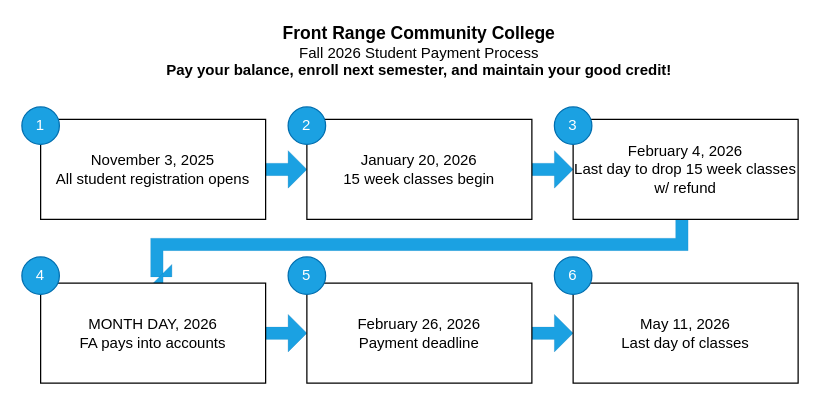
Above: Diagrams/FRCC Student Payment Process.drawio in JoshuaKosakowsky/FRCC_jk (draw.io), before the change. Source tidied: cells renumbered, new cells numbered last; positions are measured from the earlier drawing's top-left corner, leaving out a move shared by most shapes. Both pictures are drawn from the tidied source at 125%, with x=0, y=0 at pixel (21, 31).
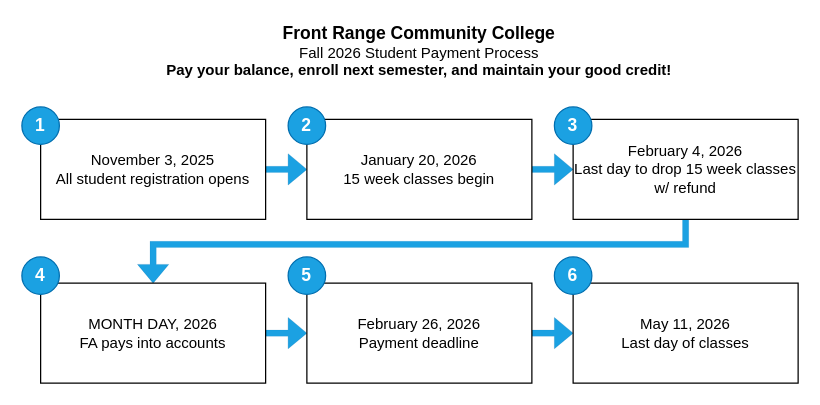
Above is the later version.

Unchanged cells that the change refers to:
```xml
<mxCell id="4" value="November 3, 2025&lt;div&gt;All student registration opens&lt;/div&gt;" style="rounded=0;whiteSpace=wrap;html=1;" parent="1" vertex="1">
  <mxGeometry x="15" y="70" width="180" height="80" as="geometry" />
</mxCell>
<mxCell id="6" value="January 20, 2026&lt;div&gt;15 week classes begin&lt;/div&gt;" style="rounded=0;whiteSpace=wrap;html=1;" parent="1" vertex="1">
  <mxGeometry x="228" y="70" width="180" height="80" as="geometry" />
</mxCell>
<mxCell id="8" value="February 4, 2026&lt;div&gt;Last day to drop 15 week classes w/ refund&lt;/div&gt;" style="rounded=0;whiteSpace=wrap;html=1;" parent="1" vertex="1">
  <mxGeometry x="441" y="70" width="180" height="80" as="geometry" />
</mxCell>
<mxCell id="10" value="MONTH DAY, 2026&lt;div&gt;FA pays into accounts&lt;/div&gt;" style="rounded=0;whiteSpace=wrap;html=1;" parent="1" vertex="1">
  <mxGeometry x="15" y="201" width="180" height="80" as="geometry" />
</mxCell>
<mxCell id="12" value="February 26, 2026&lt;div&gt;Payment deadline&lt;/div&gt;" style="rounded=0;whiteSpace=wrap;html=1;" parent="1" vertex="1">
  <mxGeometry x="228" y="201" width="180" height="80" as="geometry" />
</mxCell>
<mxCell id="13" value="&lt;div&gt;May 11, 2026&lt;/div&gt;&lt;div&gt;Last day of classes&lt;/div&gt;" style="rounded=0;whiteSpace=wrap;html=1;" parent="1" vertex="1">
  <mxGeometry x="441" y="201" width="180" height="80" as="geometry" />
</mxCell>
```

Change to the diagram source:
```diff
@@
-    <mxCell id="3" style="edgeStyle=orthogonalEdgeStyle;rounded=0;jettySize=auto;html=1;entryX=0;entryY=0.5;entryDx=0;entryDy=0;fillColor=#1ba1e2;strokeColor=#006EAF;strokeWidth=0;shape=flexArrow;sourcePerimeterSpacing=0;targetPerimeterSpacing=1;startArrow=none;startFill=0;endArrow=block;endFill=0;endSize=5;startSize=5;" parent="1" edge="1" source="4" target="6">
+    <mxCell id="3" style="edgeStyle=orthogonalEdgeStyle;rounded=0;jettySize=auto;html=1;entryX=0;entryY=0.5;entryDx=0;entryDy=0;fillColor=#1ba1e2;strokeColor=#006EAF;strokeWidth=0;shape=flexArrow;sourcePerimeterSpacing=0;targetPerimeterSpacing=1;startArrow=none;startFill=0;endArrow=block;endFill=0;endSize=5;startSize=5;width=5;" parent="1" edge="1" source="4" target="6">
       <mxGeometry relative="1" as="geometry" />
     </mxCell>
@@
-    <mxCell id="5" style="edgeStyle=orthogonalEdgeStyle;shape=flexArrow;rounded=0;jettySize=auto;html=1;entryX=0;entryY=0.5;entryDx=0;entryDy=0;strokeColor=#006EAF;strokeWidth=0;align=center;verticalAlign=middle;fontFamily=Helvetica;fontSize=11;fontColor=default;labelBackgroundColor=default;startArrow=none;startFill=0;startSize=5;endArrow=block;endFill=0;endSize=5;sourcePerimeterSpacing=0;targetPerimeterSpacing=1;fillColor=#1ba1e2;" parent="1" edge="1" source="6" target="8">
+    <mxCell id="5" style="edgeStyle=orthogonalEdgeStyle;shape=flexArrow;rounded=0;jettySize=auto;html=1;entryX=0;entryY=0.5;entryDx=0;entryDy=0;strokeColor=#006EAF;strokeWidth=0;align=center;verticalAlign=middle;fontFamily=Helvetica;fontSize=11;fontColor=default;labelBackgroundColor=default;startArrow=none;startFill=0;startSize=5;endArrow=block;endFill=0;endSize=5;sourcePerimeterSpacing=0;targetPerimeterSpacing=1;fillColor=#1ba1e2;width=5;" parent="1" edge="1" source="6" target="8">
       <mxGeometry relative="1" as="geometry" />
     </mxCell>
@@
-    <mxCell id="7" style="edgeStyle=orthogonalEdgeStyle;shape=flexArrow;rounded=0;jettySize=auto;html=1;entryX=0.5;entryY=0;entryDx=0;entryDy=0;strokeColor=#006EAF;strokeWidth=0;align=center;verticalAlign=middle;fontFamily=Helvetica;fontSize=11;fontColor=default;labelBackgroundColor=default;startArrow=none;startFill=0;startSize=5;endArrow=block;endFill=0;endSize=5;sourcePerimeterSpacing=0;targetPerimeterSpacing=1;fillColor=#1ba1e2;" parent="1" edge="1" source="8" target="10">
+    <mxCell id="7" style="edgeStyle=orthogonalEdgeStyle;shape=flexArrow;rounded=0;jettySize=auto;html=1;entryX=0.5;entryY=0;entryDx=0;entryDy=0;strokeColor=#006EAF;strokeWidth=0;align=center;verticalAlign=middle;fontFamily=Helvetica;fontSize=11;fontColor=default;labelBackgroundColor=default;startArrow=none;startFill=0;startSize=1;endArrow=block;endFill=0;endSize=5;sourcePerimeterSpacing=0;targetPerimeterSpacing=1;fillColor=#1ba1e2;width=5;" parent="1" edge="1" source="8" target="10">
       <mxGeometry relative="1" as="geometry">
         <Array as="points">
-          <mxPoint x="528" y="170" />
-          <mxPoint x="108" y="170" />
+          <mxPoint x="531" y="170" />
+          <mxPoint x="105" y="170" />
         </Array>
       </mxGeometry>
     </mxCell>
@@
-    <mxCell id="9" style="edgeStyle=orthogonalEdgeStyle;shape=flexArrow;rounded=0;jettySize=auto;html=1;entryX=0;entryY=0.5;entryDx=0;entryDy=0;strokeColor=#006EAF;strokeWidth=0;align=center;verticalAlign=middle;fontFamily=Helvetica;fontSize=11;fontColor=default;labelBackgroundColor=default;startArrow=none;startFill=0;startSize=5;endArrow=block;endFill=0;endSize=5;sourcePerimeterSpacing=0;targetPerimeterSpacing=1;fillColor=#1ba1e2;" parent="1" edge="1" source="10" target="12">
+    <mxCell id="9" style="edgeStyle=orthogonalEdgeStyle;shape=flexArrow;rounded=0;jettySize=auto;html=1;entryX=0;entryY=0.5;entryDx=0;entryDy=0;strokeColor=#006EAF;strokeWidth=0;align=center;verticalAlign=middle;fontFamily=Helvetica;fontSize=11;fontColor=default;labelBackgroundColor=default;startArrow=none;startFill=0;startSize=5;endArrow=block;endFill=0;endSize=5;sourcePerimeterSpacing=0;targetPerimeterSpacing=1;fillColor=#1ba1e2;width=5;" parent="1" edge="1" source="10" target="12">
       <mxGeometry relative="1" as="geometry" />
     </mxCell>
@@
-    <mxCell id="11" style="edgeStyle=orthogonalEdgeStyle;shape=flexArrow;rounded=0;jettySize=auto;html=1;entryX=0;entryY=0.5;entryDx=0;entryDy=0;strokeColor=#006EAF;strokeWidth=0;align=center;verticalAlign=middle;fontFamily=Helvetica;fontSize=11;fontColor=default;labelBackgroundColor=default;startArrow=none;startFill=0;startSize=5;endArrow=block;endFill=0;endSize=5;sourcePerimeterSpacing=0;targetPerimeterSpacing=1;fillColor=#1ba1e2;" parent="1" edge="1" source="12" target="13">
+    <mxCell id="11" style="edgeStyle=orthogonalEdgeStyle;shape=flexArrow;rounded=0;jettySize=auto;html=1;entryX=0;entryY=0.5;entryDx=0;entryDy=0;strokeColor=#006EAF;strokeWidth=0;align=center;verticalAlign=middle;fontFamily=Helvetica;fontSize=11;fontColor=default;labelBackgroundColor=default;startArrow=none;startFill=0;startSize=5;endArrow=block;endFill=0;endSize=5;sourcePerimeterSpacing=0;targetPerimeterSpacing=1;fillColor=#1ba1e2;width=5;" parent="1" edge="1" source="12" target="13">
       <mxGeometry relative="1" as="geometry" />
     </mxCell>
@@
-    <mxCell id="14" value="1" style="ellipse;whiteSpace=wrap;html=1;fillColor=#1ba1e2;strokeColor=#006EAF;fontColor=#ffffff;" parent="1" vertex="1">
+    <mxCell id="14" value="1" style="ellipse;whiteSpace=wrap;html=1;fillColor=#1ba1e2;strokeColor=#006EAF;fontColor=#ffffff;fontStyle=1;fontSize=14;" parent="1" vertex="1">
       <mxGeometry y="60" width="30" height="30" as="geometry" />
     </mxCell>
-    <mxCell id="15" value="2" style="ellipse;whiteSpace=wrap;html=1;fillColor=#1ba1e2;fontColor=#ffffff;strokeColor=#006EAF;" parent="1" vertex="1">
+    <mxCell id="15" value="2" style="ellipse;whiteSpace=wrap;html=1;fillColor=#1ba1e2;fontColor=#ffffff;strokeColor=#006EAF;fontStyle=1;fontSize=14;" parent="1" vertex="1">
       <mxGeometry x="213" y="60" width="30" height="30" as="geometry" />
     </mxCell>
-    <mxCell id="16" value="3" style="ellipse;whiteSpace=wrap;html=1;fillColor=#1ba1e2;fontColor=#ffffff;strokeColor=#006EAF;" parent="1" vertex="1">
+    <mxCell id="16" value="3" style="ellipse;whiteSpace=wrap;html=1;fillColor=#1ba1e2;fontColor=#ffffff;strokeColor=#006EAF;fontStyle=1;fontSize=14;" parent="1" vertex="1">
       <mxGeometry x="426" y="60" width="30" height="30" as="geometry" />
     </mxCell>
-    <mxCell id="17" value="4" style="ellipse;whiteSpace=wrap;html=1;fillColor=#1ba1e2;fontColor=#ffffff;strokeColor=#006EAF;" parent="1" vertex="1">
+    <mxCell id="17" value="4" style="ellipse;whiteSpace=wrap;html=1;fillColor=#1ba1e2;fontColor=#ffffff;strokeColor=#006EAF;fontStyle=1;fontSize=14;" parent="1" vertex="1">
       <mxGeometry y="180" width="30" height="30" as="geometry" />
     </mxCell>
-    <mxCell id="18" value="5" style="ellipse;whiteSpace=wrap;html=1;fillColor=#1ba1e2;fontColor=#ffffff;strokeColor=#006EAF;" parent="1" vertex="1">
+    <mxCell id="18" value="5" style="ellipse;whiteSpace=wrap;html=1;fillColor=#1ba1e2;fontColor=#ffffff;strokeColor=#006EAF;fontStyle=1;fontSize=14;" parent="1" vertex="1">
       <mxGeometry x="213" y="180" width="30" height="30" as="geometry" />
     </mxCell>
-    <mxCell id="19" value="6" style="ellipse;whiteSpace=wrap;html=1;fillColor=#1ba1e2;fontColor=#ffffff;strokeColor=#006EAF;" parent="1" vertex="1">
+    <mxCell id="19" value="6" style="ellipse;whiteSpace=wrap;html=1;fillColor=#1ba1e2;fontColor=#ffffff;strokeColor=#006EAF;fontStyle=1;fontSize=14;" parent="1" vertex="1">
       <mxGeometry x="426" y="180" width="30" height="30" as="geometry" />
     </mxCell>
```
